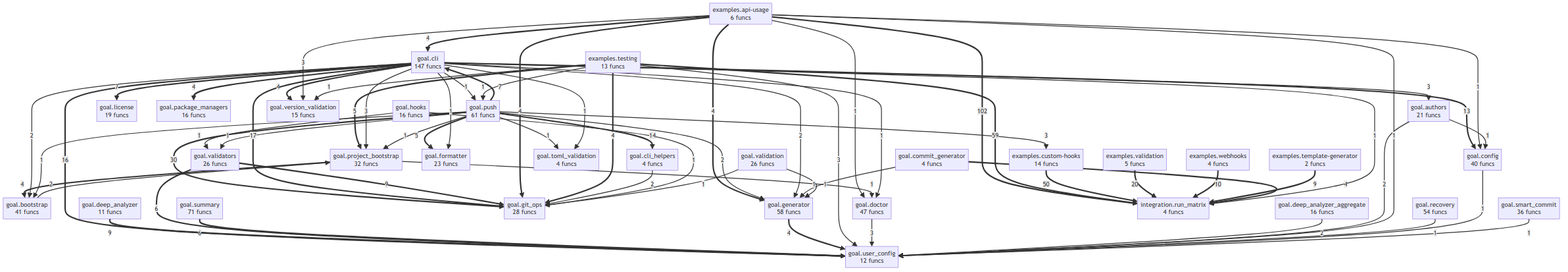
Above: project/compact_flow.png in semcod/goal (Mermaid), before the change. Its source is kept beside it as project/compact_flow.mmd.
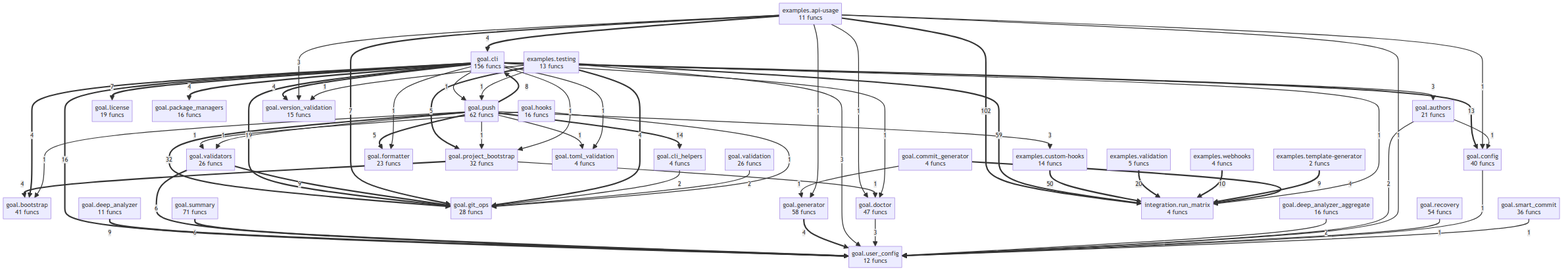
The same file after the commit.

Change to the diagram source:
```diff
@@ -1,5 +1,5 @@
 flowchart TD
-    examples__api_usage["examples.api-usage<br/>6 funcs"]
+    examples__api_usage["examples.api-usage<br/>11 funcs"]
     examples__custom_hooks["examples.custom-hooks<br/>14 funcs"]
     examples__template_generator["examples.template-generator<br/>2 funcs"]
     examples__testing["examples.testing<br/>13 funcs"]
@@ -7,7 +7,7 @@
     examples__webhooks["examples.webhooks<br/>4 funcs"]
     goal__authors["goal.authors<br/>21 funcs"]
     goal__bootstrap["goal.bootstrap<br/>41 funcs"]
-    goal__cli["goal.cli<br/>147 funcs"]
+    goal__cli["goal.cli<br/>156 funcs"]
     goal__cli_helpers["goal.cli_helpers<br/>4 funcs"]
     goal__commit_generator["goal.commit_generator<br/>4 funcs"]
     goal__config["goal.config<br/>40 funcs"]
@@ -21,7 +21,7 @@
     goal__license["goal.license<br/>19 funcs"]
     goal__package_managers["goal.package_managers<br/>16 funcs"]
     goal__project_bootstrap["goal.project_bootstrap<br/>32 funcs"]
-    goal__push["goal.push<br/>61 funcs"]
+    goal__push["goal.push<br/>62 funcs"]
     goal__recovery["goal.recovery<br/>54 funcs"]
     goal__smart_commit["goal.smart_commit<br/>36 funcs"]
     goal__summary["goal.summary<br/>71 funcs"]
@@ -34,9 +34,9 @@
     examples__api_usage ==>|102| integration__run_matrix
     examples__testing ==>|59| integration__run_matrix
     examples__custom_hooks ==>|50| integration__run_matrix
-    goal__push ==>|30| goal__git_ops
+    goal__push ==>|32| goal__git_ops
     examples__validation ==>|20| integration__run_matrix
-    goal__cli ==>|17| goal__git_ops
+    goal__cli ==>|19| goal__git_ops
     goal__cli ==>|16| goal__user_config
     goal__push ==>|14| goal__cli_helpers
     goal__cli ==>|13| goal__config
@@ -44,7 +44,8 @@
     examples__template_generator ==>|9| integration__run_matrix
     goal__deep_analyzer ==>|9| goal__user_config
     goal__validators ==>|9| goal__git_ops
-    goal__push ==>|7| goal__cli
+    goal__push ==>|8| goal__cli
+    examples__api_usage ==>|7| goal__git_ops
     goal__cli ==>|7| goal__license
     goal__validators ==>|6| goal__user_config
     goal__summary ==>|6| goal__user_config
@@ -52,31 +53,27 @@
     goal__push ==>|5| goal__formatter
     examples__api_usage ==>|4| goal__cli
     goal__commit_generator ==>|4| integration__run_matrix
-    examples__api_usage ==>|4| goal__git_ops
-    examples__api_usage ==>|4| goal__generator
     goal__generator ==>|4| goal__user_config
     goal__project_bootstrap ==>|4| goal__bootstrap
     goal__cli ==>|4| goal__version_validation
+    goal__cli ==>|4| goal__bootstrap
     goal__cli ==>|4| goal__package_managers
     examples__testing ==>|4| goal__git_ops
+    examples__api_usage -->|3| goal__version_validation
     examples__testing -->|3| goal__user_config
-    examples__api_usage -->|3| goal__version_validation
     goal__push -->|3| examples__custom_hooks
     goal__cli -->|3| goal__authors
-    goal__cli -->|3| goal__project_bootstrap
     goal__doctor -->|3| goal__user_config
+    goal__deep_analyzer_aggregate -->|2| goal__user_config
     goal__cli_helpers -->|2| goal__git_ops
-    goal__deep_analyzer_aggregate -->|2| goal__user_config
-    goal__bootstrap -->|2| goal__project_bootstrap
-    goal__push -->|2| goal__generator
-    goal__cli -->|2| goal__bootstrap
-    goal__cli -->|2| goal__generator
+    goal__validation -->|2| goal__git_ops
     goal__authors -->|2| goal__user_config
+    goal__cli -->|1| integration__run_matrix
+    goal__commit_generator -->|1| goal__generator
+    examples__api_usage -->|1| goal__generator
     examples__api_usage -->|1| goal__config
     examples__api_usage -->|1| goal__user_config
     examples__api_usage -->|1| goal__doctor
-    goal__cli -->|1| integration__run_matrix
-    goal__commit_generator -->|1| goal__generator
     goal__hooks -->|1| goal__git_ops
     goal__hooks -->|1| goal__validators
     goal__project_bootstrap -->|1| goal__doctor
@@ -87,12 +84,11 @@
     goal__push -->|1| goal__validators
     goal__cli -->|1| goal__doctor
     goal__cli -->|1| goal__formatter
+    goal__cli -->|1| goal__project_bootstrap
     goal__cli -->|1| goal__toml_validation
     goal__cli -->|1| goal__push
+    goal__config -->|1| goal__user_config
     examples__testing -->|1| goal__version_validation
     examples__testing -->|1| goal__push
-    goal__validation -->|1| goal__git_ops
-    goal__validation -->|1| goal__generator
-    goal__config -->|1| goal__user_config
     goal__smart_commit -->|1| goal__user_config
     goal__authors -->|1| goal__config
```
